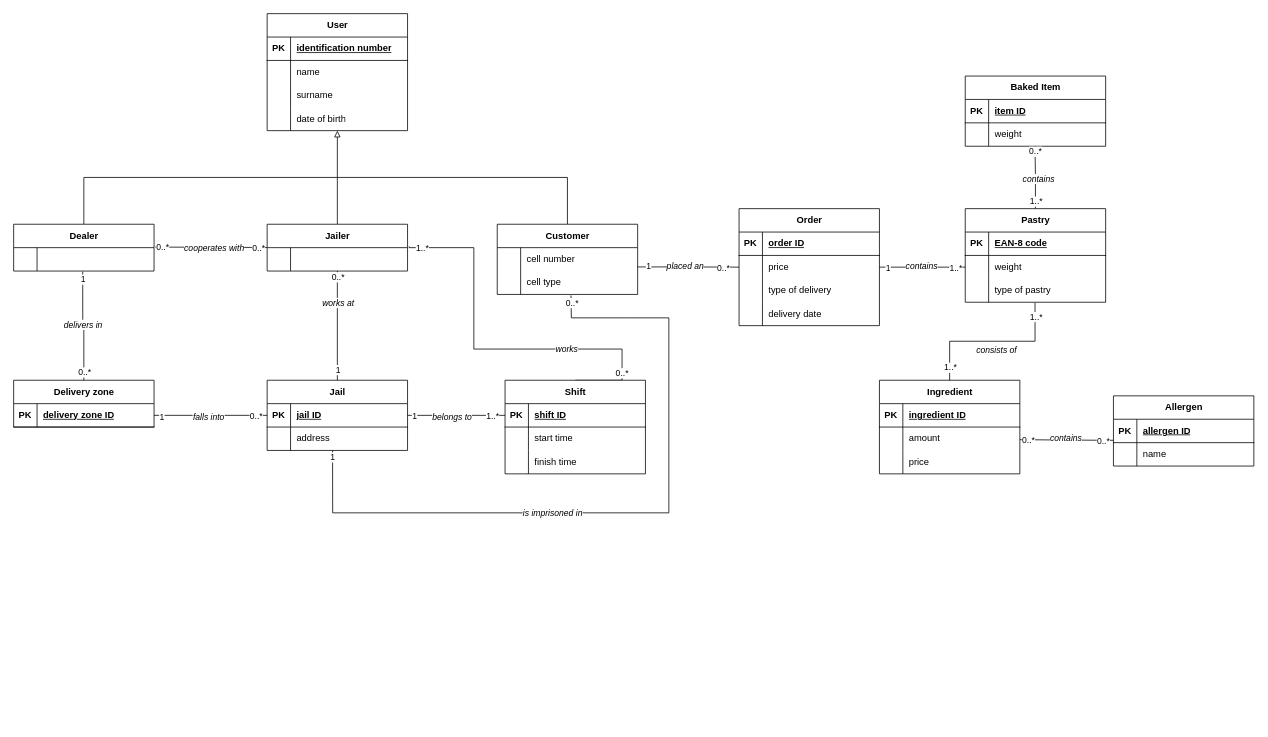
The draw.io diagram ER.drawio in megy123/VUT-IDS, before the edit. Source tidied: cells renumbered, new cells numbered last; positions are measured from the earlier drawing's top-left corner, leaving out a move shared by most shapes. Both pictures are drawn from the tidied source at 78%, with x=0, y=0 at pixel (13, 13).
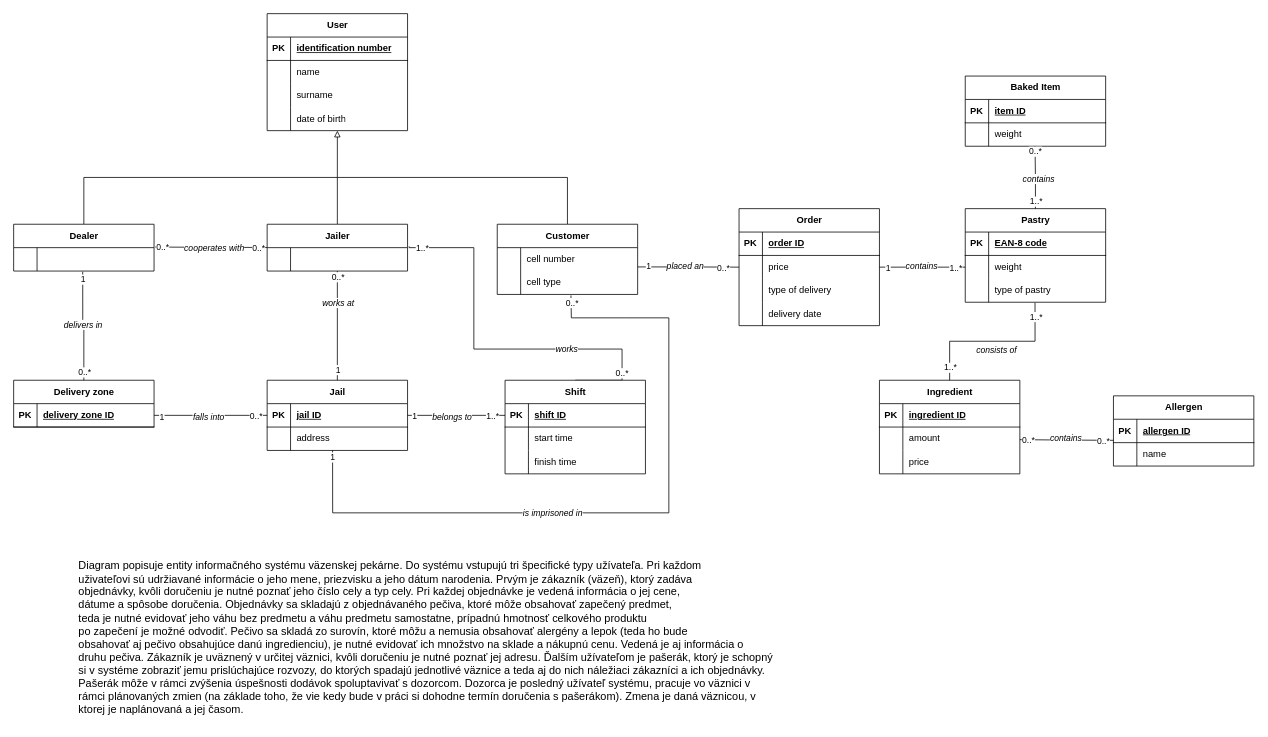
After the change.

Diff of the diagram source:
```diff
@@
+    <mxCell id="149" value="&lt;div style=&quot;text-align: justify; font-size: 14px;&quot;&gt;Diagram popisuje entity informačného systému väzenskej pekárne. Do systému vstupujú tri špecifické typy užívateľa. Pri každom&amp;nbsp;&lt;/div&gt;&lt;div style=&quot;text-align: justify; font-size: 14px;&quot;&gt;uživateľovi sú udržiavané informácie o jeho mene, priezvisku a jeho dátum narodenia.&amp;nbsp;&lt;span style=&quot;background-color: initial;&quot;&gt;Prvým je zákazník (väzeň), ktorý zadáva&amp;nbsp;&lt;/span&gt;&lt;/div&gt;&lt;div style=&quot;text-align: justify; font-size: 14px;&quot;&gt;&lt;span style=&quot;background-color: initial;&quot;&gt;objednávky, kvôli&amp;nbsp;&lt;/span&gt;&lt;span style=&quot;background-color: initial;&quot;&gt;doručeniu je nutné poznať jeho číslo cely a typ cely. Pri každej objednávke&amp;nbsp;&lt;/span&gt;&lt;span style=&quot;background-color: initial;&quot;&gt;je vedená informácia o jej cene,&amp;nbsp;&lt;/span&gt;&lt;/div&gt;&lt;div style=&quot;text-align: justify; font-size: 14px;&quot;&gt;&lt;span style=&quot;background-color: initial;&quot;&gt;dátume a spôsobe doručenia. Objednávky sa skladajú z objednávaného pečiva, ktoré môže obsahovať&amp;nbsp;&lt;/span&gt;&lt;span style=&quot;background-color: initial;&quot;&gt;zapečený predmet,&amp;nbsp;&lt;/span&gt;&lt;/div&gt;&lt;div style=&quot;text-align: justify; font-size: 14px;&quot;&gt;&lt;span style=&quot;background-color: initial;&quot;&gt;teda je nutné evidovať jeho váhu bez predmetu a váhu predmetu samostatne, prípadnú hmotnosť celkového produktu&amp;nbsp;&lt;/span&gt;&lt;/div&gt;&lt;div style=&quot;text-align: justify; font-size: 14px;&quot;&gt;po zapečení je možné odvodiť. Pečivo sa skladá zo surovín, ktoré môžu a nemusia obsahovať alergény a lepok (teda ho bude&amp;nbsp;&lt;/div&gt;&lt;div style=&quot;text-align: justify; font-size: 14px;&quot;&gt;obsahovať aj pečivo obsahujúce danú ingredienciu), je nutné evidovať ich množstvo na sklade a nákupnú cenu. Vedená je aj informácia o&amp;nbsp;&lt;/div&gt;&lt;div style=&quot;text-align: justify; font-size: 14px;&quot;&gt;druhu pečiva. Zákazník je uväznený v určitej väznici, kvôli doručeniu je nutné poznať jej adresu.&amp;nbsp;&lt;span style=&quot;background-color: initial;&quot;&gt;Ďalším užívateľom je pašerák, ktorý je schopný&amp;nbsp;&lt;/span&gt;&lt;/div&gt;&lt;div style=&quot;text-align: justify; font-size: 14px;&quot;&gt;&lt;span style=&quot;background-color: initial;&quot;&gt;si v systéme zobraziť jemu prislúchajúce rozvozy, do ktorých spadajú jednotlivé väznice a teda aj do nich náležiaci zákazníci a ich objednávky.&amp;nbsp;&lt;/span&gt;&lt;/div&gt;&lt;div style=&quot;text-align: justify; font-size: 14px;&quot;&gt;&lt;span style=&quot;background-color: initial;&quot;&gt;Pašerák môže v rámci zvýšenia úspešnosti dodávok spoluptavivať s dozorcom.&amp;nbsp;&lt;/span&gt;&lt;span style=&quot;background-color: initial;&quot;&gt;Dozorca je posledný užívateľ systému, pracuje vo väznici v&amp;nbsp;&lt;/span&gt;&lt;/div&gt;&lt;div style=&quot;text-align: justify; font-size: 14px;&quot;&gt;&lt;span style=&quot;background-color: initial;&quot;&gt;rámci plánovaných zmien (na základe toho, že vie kedy bude v práci si dohodne termín doručenia s pašerákom). Zmena je daná väznicou, v&amp;nbsp;&lt;/span&gt;&lt;/div&gt;&lt;div style=&quot;text-align: justify; font-size: 14px;&quot;&gt;&lt;span style=&quot;background-color: initial;&quot;&gt;ktorej je naplánovaná a jej časom.&lt;/span&gt;&lt;/div&gt;" style="text;html=1;align=center;verticalAlign=middle;strokeColor=none;fillColor=none;" parent="1" vertex="1">
+      <mxGeometry x="70" y="690" width="920" height="220" as="geometry" />
+    </mxCell>
```
